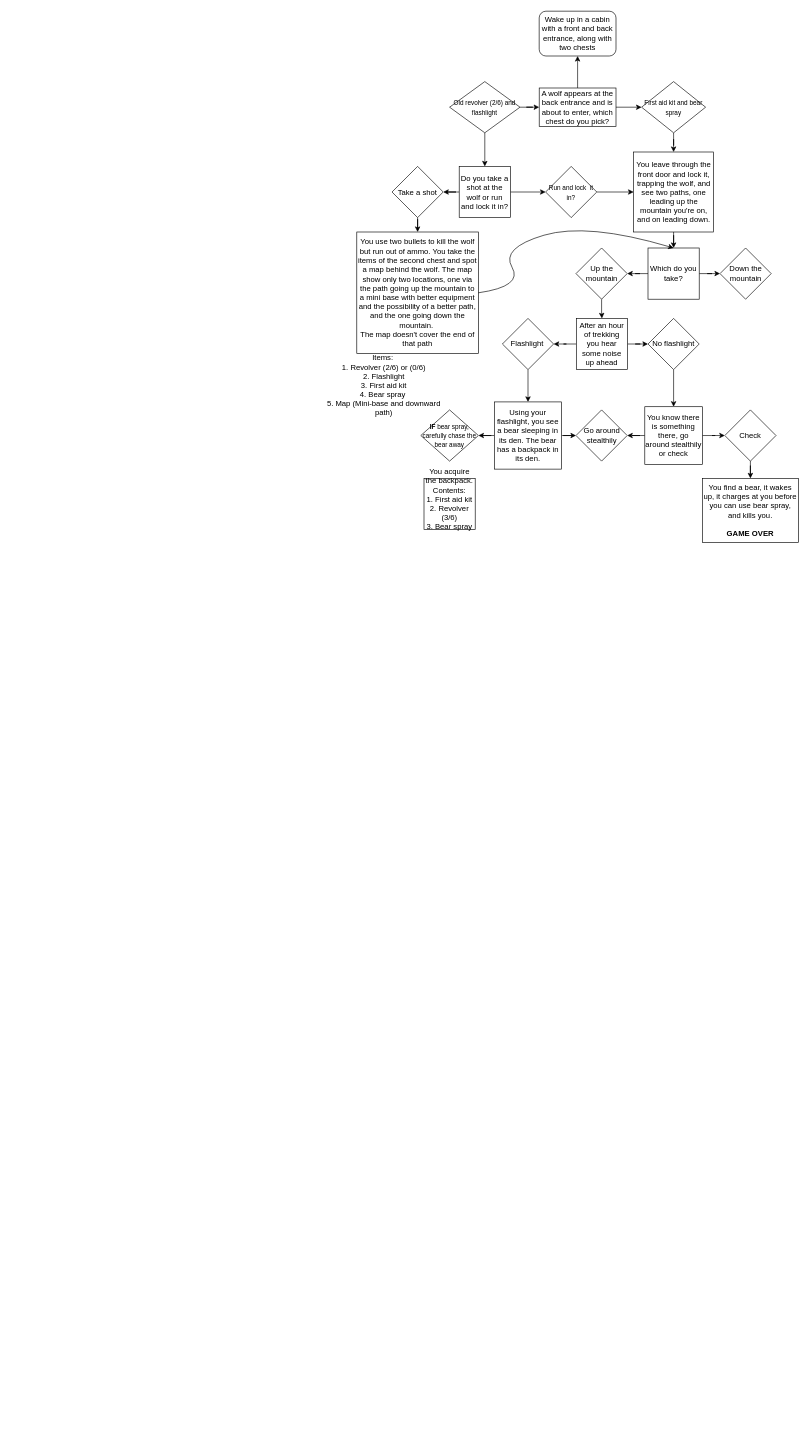
This is choose_your_story.drawio from davidfr3378/Grade10Culminating, a draw.io file, before an edit. Source tidied: cells renumbered, new cells numbered last; positions are measured from the earlier drawing's top-left corner, leaving out a move shared by most shapes. Both pictures are drawn from the tidied source at 64%, with x=0, y=0 at pixel (324, 11).
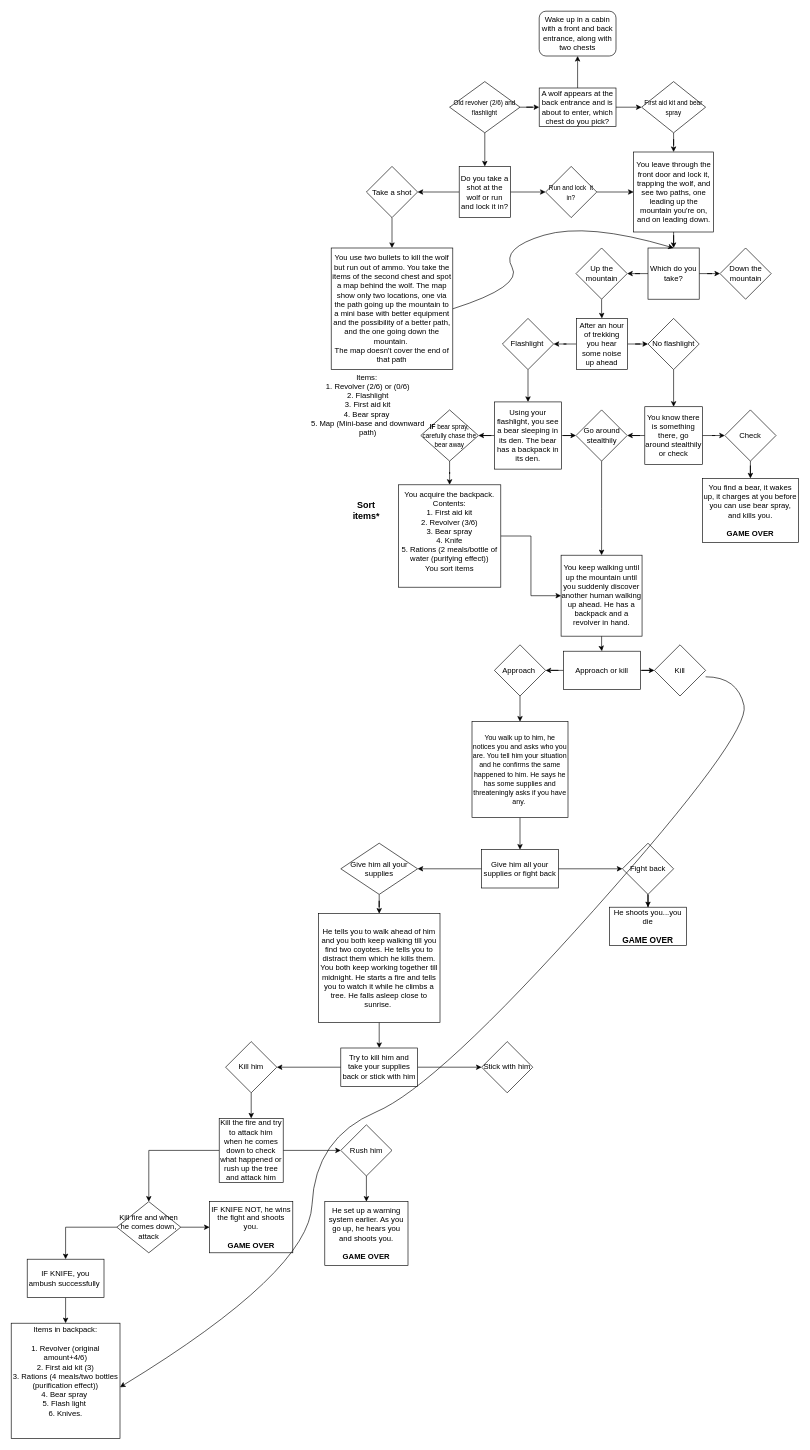
The same page after the edit.

Unchanged cells that the change refers to:
```xml
<mxCell id="38" value="&lt;font style=&quot;font-size: 10px;&quot;&gt;&lt;b&gt;IF&lt;/b&gt;&amp;nbsp;bear spray, carefully chase the bear away&lt;/font&gt;" style="rhombus;whiteSpace=wrap;html=1;" parent="1" vertex="1">
  <mxGeometry x="150" y="623" width="90" height="80" as="geometry" />
</mxCell>
<mxCell id="39" value="Go around stealthily" style="rhombus;whiteSpace=wrap;html=1;" parent="1" vertex="1">
  <mxGeometry x="392.5" y="623" width="80" height="80" as="geometry" />
</mxCell>
```

What changed in the source:
```diff
@@
     <mxCell id="23" value="Take a shot" style="rhombus;whiteSpace=wrap;html=1;" parent="1" vertex="1">
-      <mxGeometry x="105" y="242.5" width="80" height="80" as="geometry" />
+      <mxGeometry x="65" y="242.5" width="80" height="80" as="geometry" />
     </mxCell>
@@
     <mxCell id="26" value="You use two bullets to kill the wolf but run out of ammo. You take the items of the second chest and spot a map behind the wolf. The map show only two locations, one via the path going up the mountain to a mini base with better equipment and the possibility of a better path, and the one going down the mountain.&amp;nbsp;&lt;div&gt;The map doesn't cover the end of that path&lt;/div&gt;" style="whiteSpace=wrap;html=1;" parent="1" vertex="1">
-      <mxGeometry x="50" y="345" width="190" height="190" as="geometry" />
+      <mxGeometry x="10" y="370" width="190" height="190" as="geometry" />
     </mxCell>
@@
     <mxCell id="30" value="Items:&amp;nbsp;&lt;div&gt;1. Revolver (2/6) or (0/6)&lt;/div&gt;&lt;div&gt;&lt;span style=&quot;background-color: initial;&quot;&gt;2. Flashlight&lt;/span&gt;&lt;/div&gt;&lt;div&gt;&lt;span style=&quot;background-color: initial;&quot;&gt;3. First aid kit&lt;/span&gt;&lt;/div&gt;&lt;div&gt;&lt;span style=&quot;background-color: initial;&quot;&gt;4. Bear spray&amp;nbsp;&lt;/span&gt;&lt;/div&gt;&lt;div&gt;&lt;span style=&quot;background-color: initial;&quot;&gt;5. Map (Mini-base and downward path)&lt;/span&gt;&lt;/div&gt;" style="text;html=1;align=center;verticalAlign=middle;whiteSpace=wrap;rounded=0;" parent="1" vertex="1">
-      <mxGeometry y="570" width="185" height="30" as="geometry" />
+      <mxGeometry x="-25" y="600" width="185" height="30" as="geometry" />
     </mxCell>
@@
+    <mxCell id="48" style="edgeStyle=orthogonalEdgeStyle;rounded=0;jettySize=auto;html=1;" parent="1" edge="1" source="38" target="47">
+      <mxGeometry relative="1" as="geometry" />
+    </mxCell>
@@
+    <mxCell id="49" style="edgeStyle=orthogonalEdgeStyle;rounded=0;jettySize=auto;html=1;" parent="1" edge="1" source="39" target="53">
+      <mxGeometry relative="1" as="geometry" />
+    </mxCell>
@@
+    <mxCell id="50" style="edgeStyle=orthogonalEdgeStyle;rounded=0;jettySize=auto;html=1;" parent="1" edge="1" source="47" target="53">
+      <mxGeometry relative="1" as="geometry" />
+    </mxCell>
-    <mxCell id="47" value="You acquire the backpack.&lt;div&gt;Contents:&lt;/div&gt;&lt;div&gt;1. First aid kit&lt;/div&gt;&lt;div&gt;2. Revolver (3/6)&lt;/div&gt;&lt;div&gt;3. Bear spray&lt;br&gt;&lt;div&gt;&lt;br&gt;&lt;/div&gt;&lt;/div&gt;" style="whiteSpace=wrap;html=1;" parent="1" vertex="1">
-      <mxGeometry x="155" y="730" width="80" height="80" as="geometry" />
+    <mxCell id="47" value="You acquire the backpack.&lt;div&gt;Contents:&lt;/div&gt;&lt;div&gt;1. First aid kit&lt;/div&gt;&lt;div&gt;2. Revolver (3/6)&lt;/div&gt;&lt;div&gt;3. Bear spray&lt;/div&gt;&lt;div&gt;4. Knife&lt;/div&gt;&lt;div&gt;5. Rations (2 meals/bottle of water (purifying effect))&lt;/div&gt;&lt;div&gt;You sort items&lt;/div&gt;&lt;div&gt;&lt;div&gt;&lt;br&gt;&lt;/div&gt;&lt;/div&gt;" style="whiteSpace=wrap;html=1;" parent="1" vertex="1">
+      <mxGeometry x="115" y="740" width="160" height="160" as="geometry" />
     </mxCell>
+    <mxCell id="51" value="&lt;b&gt;&lt;font style=&quot;font-size: 14px;&quot;&gt;Sort items*&lt;/font&gt;&lt;/b&gt;" style="text;html=1;align=center;verticalAlign=middle;whiteSpace=wrap;rounded=0;" parent="1" vertex="1">
+      <mxGeometry x="35" y="765" width="60" height="30" as="geometry" />
+    </mxCell>
+    <mxCell id="52" style="edgeStyle=orthogonalEdgeStyle;rounded=0;jettySize=auto;html=1;" parent="1" edge="1" source="53" target="56">
+      <mxGeometry relative="1" as="geometry" />
+    </mxCell>
+    <mxCell id="53" value="You keep walking until up the mountain until you suddenly discover another human walking up ahead. He has a backpack and a revolver in hand." style="whiteSpace=wrap;html=1;" parent="1" vertex="1">
+      <mxGeometry x="369.2" y="850" width="126.5" height="126.5" as="geometry" />
+    </mxCell>
+    <mxCell id="54" style="edgeStyle=orthogonalEdgeStyle;rounded=0;jettySize=auto;html=1;" parent="1" edge="1" source="56" target="58">
+      <mxGeometry relative="1" as="geometry" />
+    </mxCell>
+    <mxCell id="55" style="edgeStyle=orthogonalEdgeStyle;rounded=0;jettySize=auto;html=1;" parent="1" edge="1" source="56" target="59">
+      <mxGeometry relative="1" as="geometry" />
+    </mxCell>
+    <mxCell id="56" value="Approach or kill" style="whiteSpace=wrap;html=1;" parent="1" vertex="1">
+      <mxGeometry x="373" y="1000" width="120" height="60" as="geometry" />
+    </mxCell>
+    <mxCell id="57" style="edgeStyle=orthogonalEdgeStyle;rounded=0;jettySize=auto;html=1;" parent="1" edge="1" source="58" target="61">
+      <mxGeometry relative="1" as="geometry" />
+    </mxCell>
+    <mxCell id="58" value="Approach&amp;nbsp;" style="rhombus;whiteSpace=wrap;html=1;" parent="1" vertex="1">
+      <mxGeometry x="265" y="990" width="80" height="80" as="geometry" />
+    </mxCell>
+    <mxCell id="59" value="Kill" style="rhombus;whiteSpace=wrap;html=1;" parent="1" vertex="1">
+      <mxGeometry x="515" y="990" width="80" height="80" as="geometry" />
+    </mxCell>
+    <mxCell id="60" style="edgeStyle=orthogonalEdgeStyle;rounded=0;jettySize=auto;html=1;" parent="1" edge="1" source="61" target="64">
+      <mxGeometry relative="1" as="geometry" />
+    </mxCell>
+    <mxCell id="61" value="&lt;font style=&quot;font-size: 11px;&quot;&gt;You walk up to him, he notices you and asks who you are. You tell him your situation and he confirms the same happened to him. He says he has some supplies and threateningly asks if you have any.&amp;nbsp;&lt;/font&gt;" style="whiteSpace=wrap;html=1;" parent="1" vertex="1">
+      <mxGeometry x="230" y="1110" width="150" height="150" as="geometry" />
+    </mxCell>
+    <mxCell id="62" style="edgeStyle=orthogonalEdgeStyle;rounded=0;jettySize=auto;html=1;" parent="1" edge="1" source="64" target="66">
+      <mxGeometry relative="1" as="geometry" />
+    </mxCell>
+    <mxCell id="63" style="edgeStyle=orthogonalEdgeStyle;rounded=0;jettySize=auto;html=1;" parent="1" edge="1" source="64" target="68">
+      <mxGeometry relative="1" as="geometry" />
+    </mxCell>
+    <mxCell id="64" value="Give him all your supplies or fight back" style="whiteSpace=wrap;html=1;" parent="1" vertex="1">
+      <mxGeometry x="245" y="1310" width="120" height="60" as="geometry" />
+    </mxCell>
+    <mxCell id="65" style="edgeStyle=orthogonalEdgeStyle;rounded=0;jettySize=auto;html=1;" parent="1" edge="1" source="66" target="71">
+      <mxGeometry relative="1" as="geometry" />
+    </mxCell>
+    <mxCell id="66" value="Give him all your supplies" style="rhombus;whiteSpace=wrap;html=1;" parent="1" vertex="1">
+      <mxGeometry x="25" y="1300" width="120" height="80" as="geometry" />
+    </mxCell>
+    <mxCell id="67" style="edgeStyle=orthogonalEdgeStyle;rounded=0;jettySize=auto;html=1;" parent="1" edge="1" source="68" target="69">
+      <mxGeometry relative="1" as="geometry" />
+    </mxCell>
+    <mxCell id="68" value="Fight back" style="rhombus;whiteSpace=wrap;html=1;" parent="1" vertex="1">
+      <mxGeometry x="465" y="1300" width="80" height="80" as="geometry" />
+    </mxCell>
+    <mxCell id="69" value="He shoots you...you die&lt;div&gt;&lt;br&gt;&lt;/div&gt;&lt;div&gt;&lt;font style=&quot;font-size: 13px;&quot;&gt;&lt;b&gt;GAME OVER&lt;/b&gt;&lt;/font&gt;&lt;/div&gt;" style="whiteSpace=wrap;html=1;" parent="1" vertex="1">
+      <mxGeometry x="445" y="1400" width="120" height="60" as="geometry" />
+    </mxCell>
+    <mxCell id="70" style="edgeStyle=orthogonalEdgeStyle;rounded=0;jettySize=auto;html=1;" parent="1" edge="1" source="71" target="74">
+      <mxGeometry relative="1" as="geometry" />
+    </mxCell>
+    <mxCell id="71" value="He tells you to walk ahead of him and you both keep walking till you find two coyotes. He tells you to distract them which he kills them. You both keep working together till midnight. He starts a fire and tells you to watch it while he climbs a tree. He falls asleep close to sunrise.&amp;nbsp;" style="whiteSpace=wrap;html=1;" parent="1" vertex="1">
+      <mxGeometry x="-10" y="1410" width="190" height="170" as="geometry" />
+    </mxCell>
+    <mxCell id="72" style="edgeStyle=orthogonalEdgeStyle;rounded=0;jettySize=auto;html=1;" parent="1" edge="1" source="74" target="76">
+      <mxGeometry relative="1" as="geometry" />
+    </mxCell>
+    <mxCell id="73" style="edgeStyle=orthogonalEdgeStyle;rounded=0;jettySize=auto;html=1;" parent="1" edge="1" source="74" target="77">
+      <mxGeometry relative="1" as="geometry" />
+    </mxCell>
+    <mxCell id="74" value="Try to kill him and take your supplies back or stick with him" style="whiteSpace=wrap;html=1;" parent="1" vertex="1">
+      <mxGeometry x="25" y="1620" width="120" height="60" as="geometry" />
+    </mxCell>
+    <mxCell id="75" style="edgeStyle=orthogonalEdgeStyle;rounded=0;jettySize=auto;html=1;" parent="1" edge="1" source="76" target="80">
+      <mxGeometry relative="1" as="geometry" />
+    </mxCell>
+    <mxCell id="76" value="Kill him" style="rhombus;whiteSpace=wrap;html=1;" parent="1" vertex="1">
+      <mxGeometry x="-155" y="1610" width="80" height="80" as="geometry" />
+    </mxCell>
+    <mxCell id="77" value="Stick with him" style="rhombus;whiteSpace=wrap;html=1;" parent="1" vertex="1">
+      <mxGeometry x="245" y="1610" width="80" height="80" as="geometry" />
+    </mxCell>
+    <mxCell id="78" style="edgeStyle=orthogonalEdgeStyle;rounded=0;jettySize=auto;html=1;" parent="1" edge="1" source="80" target="82">
+      <mxGeometry relative="1" as="geometry" />
+    </mxCell>
+    <mxCell id="79" style="edgeStyle=orthogonalEdgeStyle;rounded=0;jettySize=auto;html=1;" parent="1" edge="1" source="80" target="86">
+      <mxGeometry relative="1" as="geometry" />
+    </mxCell>
+    <mxCell id="80" value="Kill the fire and try to attack him when he comes down to check what happened or rush up the tree and attack him" style="whiteSpace=wrap;html=1;" parent="1" vertex="1">
+      <mxGeometry x="-165" y="1730" width="100" height="100" as="geometry" />
+    </mxCell>
+    <mxCell id="81" style="edgeStyle=orthogonalEdgeStyle;rounded=0;jettySize=auto;html=1;" parent="1" edge="1" source="82" target="83">
+      <mxGeometry relative="1" as="geometry" />
+    </mxCell>
+    <mxCell id="82" value="Rush him" style="rhombus;whiteSpace=wrap;html=1;" parent="1" vertex="1">
+      <mxGeometry x="25" y="1740" width="80" height="80" as="geometry" />
+    </mxCell>
+    <mxCell id="83" value="He set up a warning system earlier. As you go up, he hears you and shoots you.&lt;div&gt;&lt;br&gt;&lt;/div&gt;&lt;div&gt;&lt;b&gt;GAME OVER&lt;/b&gt;&lt;/div&gt;" style="whiteSpace=wrap;html=1;" parent="1" vertex="1">
+      <mxGeometry y="1860" width="130" height="100" as="geometry" />
+    </mxCell>
+    <mxCell id="84" style="edgeStyle=orthogonalEdgeStyle;rounded=0;jettySize=auto;html=1;" parent="1" edge="1" source="86" target="88">
+      <mxGeometry relative="1" as="geometry" />
+    </mxCell>
+    <mxCell id="85" style="edgeStyle=orthogonalEdgeStyle;rounded=0;jettySize=auto;html=1;" parent="1" edge="1" source="86" target="89">
+      <mxGeometry relative="1" as="geometry" />
+    </mxCell>
+    <mxCell id="86" value="Kill fire and when he comes down, attack" style="rhombus;whiteSpace=wrap;html=1;" parent="1" vertex="1">
+      <mxGeometry x="-325" y="1860" width="100" height="80" as="geometry" />
+    </mxCell>
+    <mxCell id="87" style="edgeStyle=orthogonalEdgeStyle;rounded=0;jettySize=auto;html=1;" parent="1" edge="1" source="88" target="90">
+      <mxGeometry relative="1" as="geometry" />
+    </mxCell>
+    <mxCell id="88" value="IF KNIFE, you ambush successfully&amp;nbsp;" style="whiteSpace=wrap;html=1;" parent="1" vertex="1">
+      <mxGeometry x="-465" y="1950" width="120" height="60" as="geometry" />
+    </mxCell>
+    <mxCell id="89" value="IF KNIFE NOT, he wins the fight and shoots you.&lt;div&gt;&lt;br&gt;&lt;/div&gt;&lt;div&gt;&lt;b&gt;GAME OVER&lt;/b&gt;&lt;/div&gt;" style="whiteSpace=wrap;html=1;" parent="1" vertex="1">
+      <mxGeometry x="-180" y="1860" width="130" height="80" as="geometry" />
+    </mxCell>
+    <mxCell id="90" value="Items in backpack:&lt;div&gt;&lt;br&gt;&lt;/div&gt;&lt;div&gt;1. Revolver (original amount+4/6)&lt;/div&gt;&lt;div&gt;2. First aid kit (3)&lt;/div&gt;&lt;div&gt;3. Rations (4 meals/two bottles (purification effect))&lt;/div&gt;&lt;div&gt;4. Bear spray&amp;nbsp;&lt;/div&gt;&lt;div&gt;5. Flash light&amp;nbsp;&lt;/div&gt;&lt;div&gt;6. Knives.&lt;/div&gt;&lt;div&gt;&lt;br&gt;&lt;/div&gt;&lt;div&gt;&lt;br&gt;&lt;/div&gt;" style="whiteSpace=wrap;html=1;" parent="1" vertex="1">
+      <mxGeometry x="-490" y="2050" width="170" height="180" as="geometry" />
+    </mxCell>
+    <mxCell id="91" style="curved=1;endArrow=classic;html=1;rounded=0;exitX=1;exitY=0.5;exitDx=0;exitDy=0;entryX=1;entryY=0.5;entryDx=0;entryDy=0;" parent="1" edge="1">
+      <mxGeometry relative="1" as="geometry">
+        <mxPoint x="595" y="1040" as="sourcePoint" />
+        <mxPoint x="-320" y="2150" as="targetPoint" />
+        <Array as="points">
+          <mxPoint x="645" y="1040" />
+          <mxPoint x="665" y="1130" />
+          <mxPoint x="175" y="1680" />
+          <mxPoint x="-15" y="1760" />
+          <mxPoint x="-25" y="1970" />
+        </Array>
+      </mxGeometry>
+    </mxCell>
```
